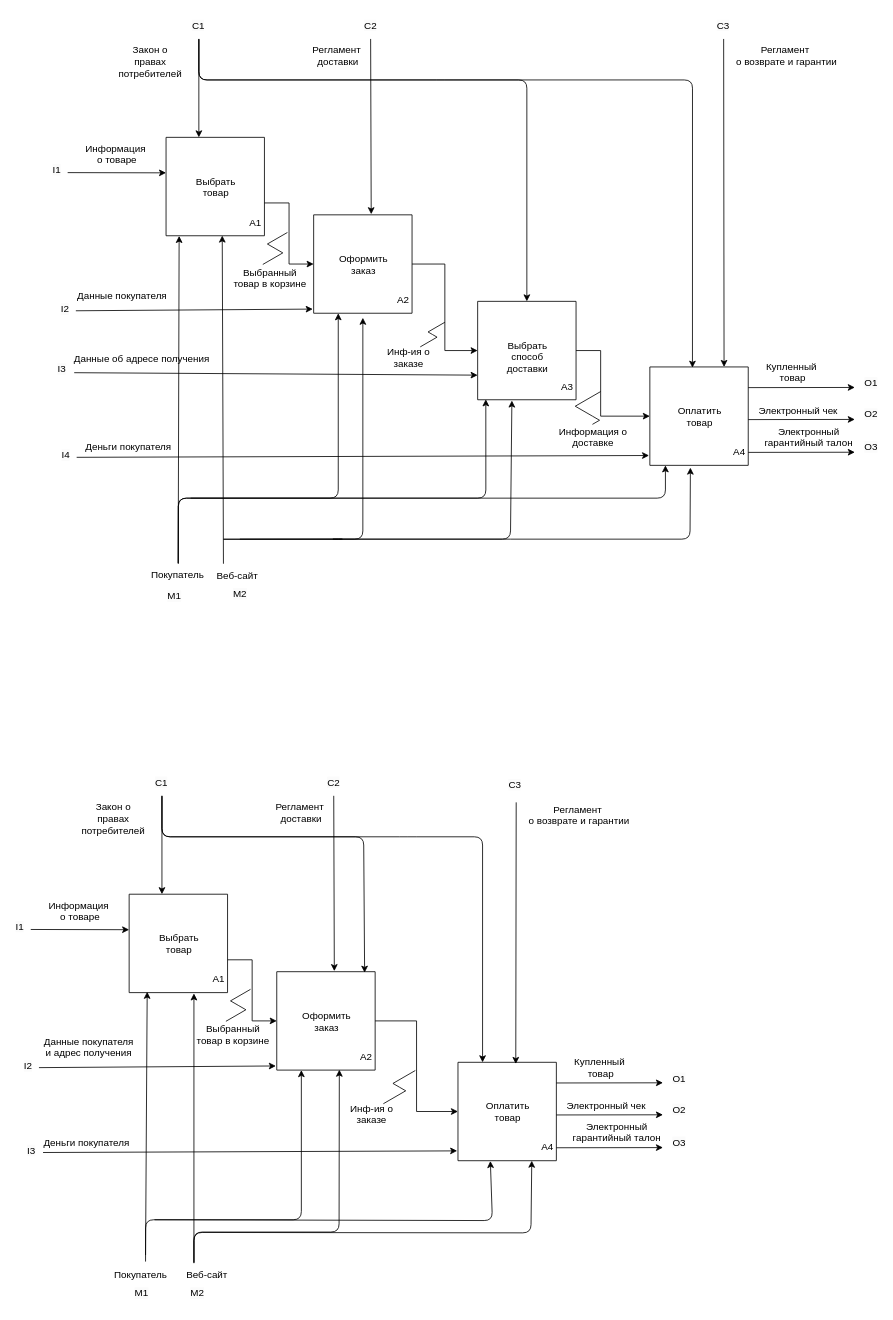
This is decomposition IDEF0(TO-BE).drawio from melikhovaeva/business-processes, a draw.io file, before an edit. Source tidied: cells renumbered, new cells numbered last; positions are measured from the earlier drawing's top-left corner, leaving out a move shared by most shapes. Both pictures are drawn from the tidied source at 82%, with x=0, y=0 at pixel (14, 14).
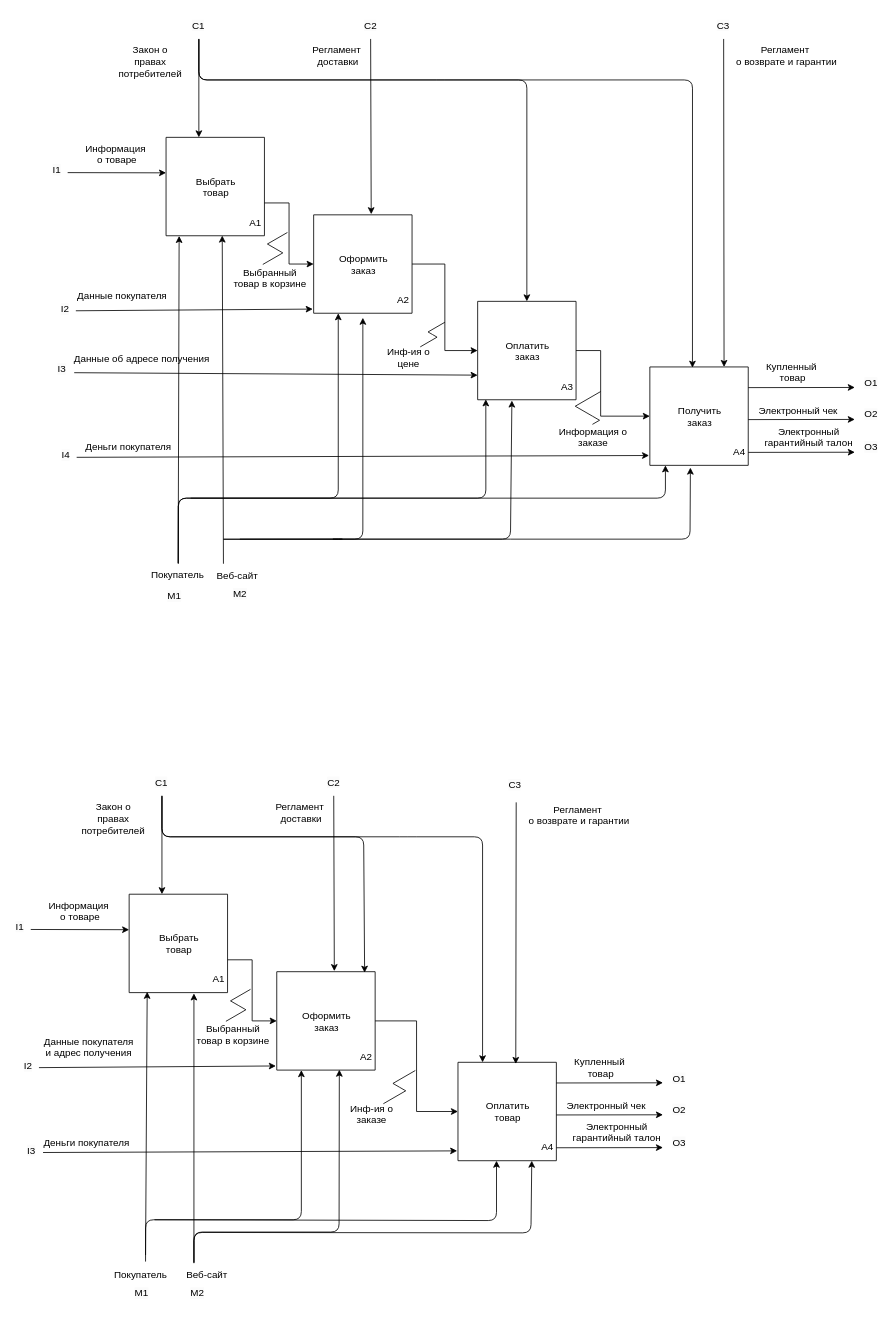
Above is the later version.

The change refers to these unchanged cells:
```xml
<mxCell id="11" style="swimlane;startSize=0;" parent="1" vertex="1">
  <mxGeometry x="775" y="430" width="120" height="120" as="geometry" />
</mxCell>
<mxCell id="15" style="swimlane;startSize=0;" parent="1" vertex="1">
  <mxGeometry x="565" y="350" width="120" height="120" as="geometry" />
</mxCell>
<mxCell id="76" style="swimlane;startSize=0;" parent="1" vertex="1">
  <mxGeometry x="541" y="1278" width="120" height="120" as="geometry" />
</mxCell>
```

What changed in the source:
```diff
@@
-    <mxCell id="13" value="&lt;div style=&quot;text-align: center;&quot;&gt;Оплатить товар&lt;/div&gt;" style="text;whiteSpace=wrap;html=1;" parent="11" vertex="1">
+    <mxCell id="13" value="&lt;div style=&quot;text-align: center;&quot;&gt;Получить заказ&lt;/div&gt;" style="text;whiteSpace=wrap;html=1;" parent="11" vertex="1">
       <mxGeometry x="20" y="40" width="80" height="40" as="geometry" />
     </mxCell>
@@
-    <mxCell id="17" value="&lt;div style=&quot;text-align: center;&quot;&gt;Выбрать способ доставки&lt;/div&gt;" style="text;whiteSpace=wrap;html=1;" parent="15" vertex="1">
+    <mxCell id="17" value="&lt;div style=&quot;text-align: center;&quot;&gt;Оплатить заказ&lt;/div&gt;" style="text;whiteSpace=wrap;html=1;" parent="15" vertex="1">
       <mxGeometry x="20" y="40" width="80" height="40" as="geometry" />
     </mxCell>
@@
-    <mxCell id="32" value="&lt;div style=&quot;text-align: center;&quot;&gt;Инф-ия о заказе&lt;/div&gt;" style="text;whiteSpace=wrap;html=1;" parent="1" vertex="1">
+    <mxCell id="32" value="&lt;div style=&quot;text-align: center;&quot;&gt;Инф-ия о цене&lt;/div&gt;" style="text;whiteSpace=wrap;html=1;" parent="1" vertex="1">
       <mxGeometry x="445" y="397.8" width="70" height="42.2" as="geometry" />
     </mxCell>
-    <mxCell id="33" value="&lt;div style=&quot;text-align: center;&quot;&gt;Информация о доставке&lt;/div&gt;" style="text;whiteSpace=wrap;html=1;" parent="1" vertex="1">
+    <mxCell id="33" value="&lt;div style=&quot;text-align: center;&quot;&gt;Информация о заказе&lt;/div&gt;" style="text;whiteSpace=wrap;html=1;" parent="1" vertex="1">
       <mxGeometry x="655" y="494.8" width="100" height="33.2" as="geometry" />
     </mxCell>
@@
-    <mxCell id="117" style="endArrow=classic;html=1;rounded=1;entryX=0.329;entryY=1.003;entryDx=0;entryDy=0;entryPerimeter=0;curved=0;" parent="1" edge="1" target="76">
+    <mxCell id="117" style="endArrow=classic;html=1;rounded=1;curved=0;" parent="1" edge="1">
       <mxGeometry relative="1" as="geometry">
         <mxPoint x="171" y="1470" as="sourcePoint" />
+        <mxPoint x="588" y="1398" as="targetPoint" />
         <Array as="points">
-          <mxPoint x="583" y="1471" />
+          <mxPoint x="588" y="1471" />
         </Array>
       </mxGeometry>
     </mxCell>
```
